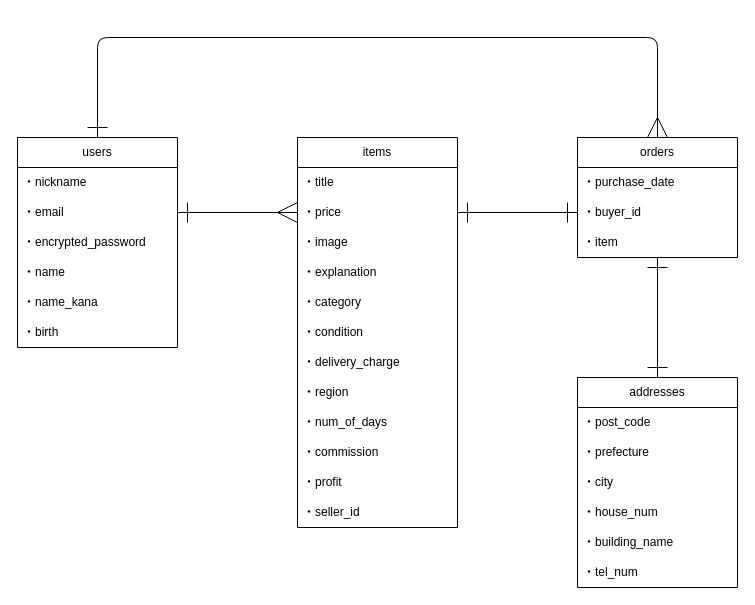
The draw.io diagram .dio in Ayato74/furima-38990, before the edit. Source tidied: cells renumbered, new cells numbered last; positions are measured from the earlier drawing's top-left corner, leaving out a move shared by most shapes. Both pictures are drawn from the tidied source at 100%, with x=0, y=0 at pixel (17, 37).
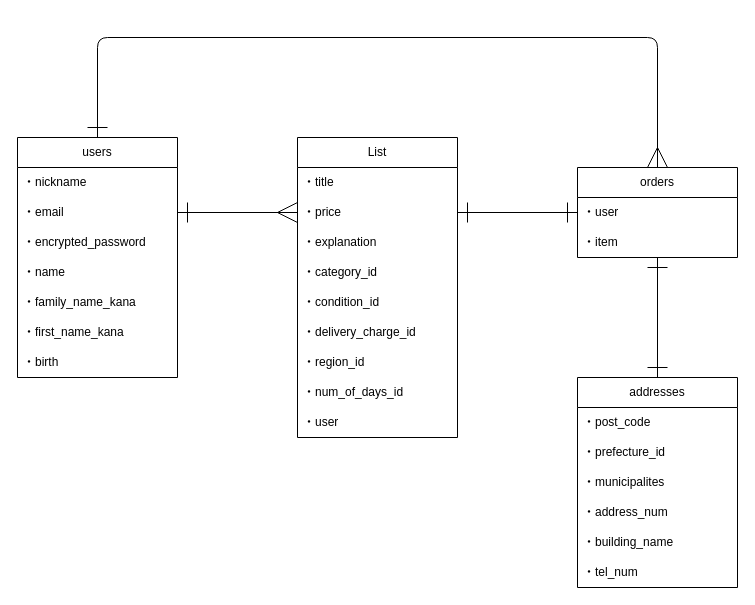
After the change.

Commit message (it also covers changes not shown here):
データベースの設計の修正

The change refers to these unchanged cells:
```xml
<mxCell id="7" value="addresses" style="swimlane;fontStyle=0;horizontal=1;startSize=30;whiteSpace=wrap;html=1;" parent="1" vertex="1">
  <mxGeometry x="560" y="340" width="160" height="210" as="geometry" />
</mxCell>
<mxCell id="30" value="・email" style="text;strokeColor=none;fillColor=none;align=left;verticalAlign=middle;spacingLeft=4;spacingRight=4;overflow=hidden;points=[[0,0.5],[1,0.5]];portConstraint=eastwest;whiteSpace=wrap;html=1;" parent="28" vertex="1">
  <mxGeometry y="60" width="160" height="30" as="geometry" />
</mxCell>
```

Change to the diagram source:
```diff
@@
     <mxCell id="3" value="orders" style="swimlane;fontStyle=0;horizontal=1;startSize=30;whiteSpace=wrap;html=1;" parent="1" vertex="1">
-      <mxGeometry x="560" y="100" width="160" height="120" as="geometry" />
+      <mxGeometry x="560" y="130" width="160" height="90" as="geometry" />
     </mxCell>
-    <mxCell id="4" value="・purchase_date" style="text;strokeColor=none;fillColor=none;align=left;verticalAlign=middle;spacingLeft=4;spacingRight=4;overflow=hidden;whiteSpace=wrap;html=1;" parent="3" vertex="1">
-      <mxGeometry y="30" width="160" height="30" as="geometry" />
-    </mxCell>
-    <mxCell id="5" value="・buyer_id" style="text;strokeColor=none;fillColor=none;align=left;verticalAlign=middle;spacingLeft=4;spacingRight=4;overflow=hidden;points=[[0,0.5],[1,0.5]];portConstraint=eastwest;whiteSpace=wrap;html=1;" parent="3" vertex="1">
-      <mxGeometry y="60" width="160" height="30" as="geometry" />
+    <mxCell id="5" value="・user" style="text;strokeColor=none;fillColor=none;align=left;verticalAlign=middle;spacingLeft=4;spacingRight=4;overflow=hidden;points=[[0,0.5],[1,0.5]];portConstraint=eastwest;whiteSpace=wrap;html=1;" parent="3" vertex="1">
+      <mxGeometry y="30" width="160" height="30" as="geometry" />
     </mxCell>
     <mxCell id="6" value="・item" style="text;strokeColor=none;fillColor=none;align=left;verticalAlign=middle;spacingLeft=4;spacingRight=4;overflow=hidden;whiteSpace=wrap;html=1;" parent="3" vertex="1">
-      <mxGeometry y="90" width="160" height="30" as="geometry" />
+      <mxGeometry y="60" width="160" height="30" as="geometry" />
     </mxCell>
@@
-    <mxCell id="9" value="・prefecture" style="text;strokeColor=none;fillColor=none;align=left;verticalAlign=middle;spacingLeft=4;spacingRight=4;overflow=hidden;whiteSpace=wrap;html=1;" parent="7" vertex="1">
+    <mxCell id="9" value="・prefecture_id" style="text;strokeColor=none;fillColor=none;align=left;verticalAlign=middle;spacingLeft=4;spacingRight=4;overflow=hidden;whiteSpace=wrap;html=1;" parent="7" vertex="1">
       <mxGeometry y="60" width="160" height="30" as="geometry" />
     </mxCell>
-    <mxCell id="10" value="・city" style="text;strokeColor=none;fillColor=none;align=left;verticalAlign=middle;spacingLeft=4;spacingRight=4;overflow=hidden;whiteSpace=wrap;html=1;" parent="7" vertex="1">
+    <mxCell id="10" value="・municipalites" style="text;strokeColor=none;fillColor=none;align=left;verticalAlign=middle;spacingLeft=4;spacingRight=4;overflow=hidden;whiteSpace=wrap;html=1;" parent="7" vertex="1">
       <mxGeometry y="90" width="160" height="30" as="geometry" />
     </mxCell>
-    <mxCell id="11" value="・house_num" style="text;strokeColor=none;fillColor=none;align=left;verticalAlign=middle;spacingLeft=4;spacingRight=4;overflow=hidden;whiteSpace=wrap;html=1;" parent="7" vertex="1">
+    <mxCell id="11" value="・address_num" style="text;strokeColor=none;fillColor=none;align=left;verticalAlign=middle;spacingLeft=4;spacingRight=4;overflow=hidden;whiteSpace=wrap;html=1;" parent="7" vertex="1">
       <mxGeometry y="120" width="160" height="30" as="geometry" />
     </mxCell>
@@
-    <mxCell id="14" value="items" style="swimlane;fontStyle=0;horizontal=1;startSize=30;whiteSpace=wrap;html=1;" parent="1" vertex="1">
-      <mxGeometry x="280" y="100" width="160" height="390" as="geometry" />
-    </mxCell>
-    <mxCell id="15" value="・title" style="text;strokeColor=none;fillColor=none;align=left;verticalAlign=middle;spacingLeft=4;spacingRight=4;overflow=hidden;whiteSpace=wrap;html=1;" parent="14" vertex="1">
-      <mxGeometry y="30" width="160" height="30" as="geometry" />
-    </mxCell>
-    <mxCell id="16" value="・price" style="text;strokeColor=none;fillColor=none;align=left;verticalAlign=middle;spacingLeft=4;spacingRight=4;overflow=hidden;points=[[0,0.5],[1,0.5]];portConstraint=eastwest;whiteSpace=wrap;html=1;" parent="14" vertex="1">
-      <mxGeometry y="60" width="160" height="30" as="geometry" />
-    </mxCell>
-    <mxCell id="17" value="・image" style="text;strokeColor=none;fillColor=none;align=left;verticalAlign=middle;spacingLeft=4;spacingRight=4;overflow=hidden;whiteSpace=wrap;html=1;" parent="14" vertex="1">
-      <mxGeometry y="90" width="160" height="30" as="geometry" />
-    </mxCell>
-    <mxCell id="18" value="・explanation" style="text;strokeColor=none;fillColor=none;align=left;verticalAlign=middle;spacingLeft=4;spacingRight=4;overflow=hidden;whiteSpace=wrap;html=1;" parent="14" vertex="1">
-      <mxGeometry y="120" width="160" height="30" as="geometry" />
-    </mxCell>
-    <mxCell id="19" value="・category" style="text;strokeColor=none;fillColor=none;align=left;verticalAlign=middle;spacingLeft=4;spacingRight=4;overflow=hidden;whiteSpace=wrap;html=1;" parent="14" vertex="1">
-      <mxGeometry y="150" width="160" height="30" as="geometry" />
-    </mxCell>
-    <mxCell id="20" value="・condition" style="text;strokeColor=none;fillColor=none;align=left;verticalAlign=middle;spacingLeft=4;spacingRight=4;overflow=hidden;whiteSpace=wrap;html=1;" parent="14" vertex="1">
-      <mxGeometry y="180" width="160" height="30" as="geometry" />
-    </mxCell>
-    <mxCell id="21" value="・delivery_charge" style="text;strokeColor=none;fillColor=none;align=left;verticalAlign=middle;spacingLeft=4;spacingRight=4;overflow=hidden;whiteSpace=wrap;html=1;" parent="14" vertex="1">
-      <mxGeometry y="210" width="160" height="30" as="geometry" />
-    </mxCell>
-    <mxCell id="22" value="・region" style="text;strokeColor=none;fillColor=none;align=left;verticalAlign=middle;spacingLeft=4;spacingRight=4;overflow=hidden;whiteSpace=wrap;html=1;" parent="14" vertex="1">
-      <mxGeometry y="240" width="160" height="30" as="geometry" />
-    </mxCell>
-    <mxCell id="23" value="・num_of_days" style="text;strokeColor=none;fillColor=none;align=left;verticalAlign=middle;spacingLeft=4;spacingRight=4;overflow=hidden;whiteSpace=wrap;html=1;" parent="14" vertex="1">
-      <mxGeometry y="270" width="160" height="30" as="geometry" />
-    </mxCell>
-    <mxCell id="24" value="・commission" style="text;strokeColor=none;fillColor=none;align=left;verticalAlign=middle;spacingLeft=4;spacingRight=4;overflow=hidden;whiteSpace=wrap;html=1;" parent="14" vertex="1">
-      <mxGeometry y="300" width="160" height="30" as="geometry" />
-    </mxCell>
-    <mxCell id="25" value="・profit" style="text;strokeColor=none;fillColor=none;align=left;verticalAlign=middle;spacingLeft=4;spacingRight=4;overflow=hidden;whiteSpace=wrap;html=1;" parent="14" vertex="1">
-      <mxGeometry y="330" width="160" height="30" as="geometry" />
-    </mxCell>
-    <mxCell id="26" value="・seller_id" style="text;strokeColor=none;fillColor=none;align=left;verticalAlign=middle;spacingLeft=4;spacingRight=4;overflow=hidden;whiteSpace=wrap;html=1;" parent="14" vertex="1">
-      <mxGeometry y="360" width="160" height="30" as="geometry" />
-    </mxCell>
@@
     <mxCell id="28" value="users" style="swimlane;fontStyle=0;horizontal=1;startSize=30;whiteSpace=wrap;html=1;" parent="1" vertex="1">
-      <mxGeometry y="100" width="160" height="210" as="geometry" />
+      <mxGeometry y="100" width="160" height="240" as="geometry" />
     </mxCell>
@@
+    <mxCell id="37" value="・family_name_kana" style="text;strokeColor=none;fillColor=none;align=left;verticalAlign=middle;spacingLeft=4;spacingRight=4;overflow=hidden;whiteSpace=wrap;html=1;" parent="28" vertex="1">
+      <mxGeometry y="150" width="160" height="30" as="geometry" />
+    </mxCell>
-    <mxCell id="33" value="・name_kana" style="text;strokeColor=none;fillColor=none;align=left;verticalAlign=middle;spacingLeft=4;spacingRight=4;overflow=hidden;whiteSpace=wrap;html=1;" parent="28" vertex="1">
-      <mxGeometry y="150" width="160" height="30" as="geometry" />
+    <mxCell id="33" value="・first_name_kana" style="text;strokeColor=none;fillColor=none;align=left;verticalAlign=middle;spacingLeft=4;spacingRight=4;overflow=hidden;whiteSpace=wrap;html=1;" parent="28" vertex="1">
+      <mxGeometry y="180" width="160" height="30" as="geometry" />
     </mxCell>
     <mxCell id="34" value="・birth" style="text;strokeColor=none;fillColor=none;align=left;verticalAlign=middle;spacingLeft=4;spacingRight=4;overflow=hidden;whiteSpace=wrap;html=1;" parent="28" vertex="1">
-      <mxGeometry y="180" width="160" height="30" as="geometry" />
+      <mxGeometry y="210" width="160" height="30" as="geometry" />
     </mxCell>
-    <mxCell id="35" style="edgeStyle=none;html=1;entryX=0;entryY=0.5;entryDx=0;entryDy=0;startArrow=ERone;startFill=0;endArrow=ERmany;endFill=0;startSize=18;endSize=18;" parent="1" edge="1" source="30" target="16">
-      <mxGeometry relative="1" as="geometry" />
+    <mxCell id="35" style="edgeStyle=none;html=1;entryX=0;entryY=0.5;entryDx=0;entryDy=0;startArrow=ERone;startFill=0;endArrow=ERmany;endFill=0;startSize=18;endSize=18;" parent="1" edge="1" source="30">
+      <mxGeometry relative="1" as="geometry">
+        <mxPoint x="280" y="175" as="targetPoint" />
+      </mxGeometry>
     </mxCell>
-    <mxCell id="36" style="edgeStyle=none;html=1;exitX=1;exitY=0.5;exitDx=0;exitDy=0;entryX=0;entryY=0.5;entryDx=0;entryDy=0;startArrow=ERone;startFill=0;endArrow=ERone;endFill=0;startSize=18;endSize=18;" parent="1" edge="1" source="16" target="5">
-      <mxGeometry relative="1" as="geometry" />
+    <mxCell id="36" style="edgeStyle=none;html=1;exitX=1;exitY=0.5;exitDx=0;exitDy=0;entryX=0;entryY=0.5;entryDx=0;entryDy=0;startArrow=ERone;startFill=0;endArrow=ERone;endFill=0;startSize=18;endSize=18;" parent="1" edge="1" target="5">
+      <mxGeometry relative="1" as="geometry">
+        <mxPoint x="440" y="175" as="sourcePoint" />
+      </mxGeometry>
     </mxCell>
+    <mxCell id="38" value="List" style="swimlane;fontStyle=0;horizontal=1;startSize=30;whiteSpace=wrap;html=1;" parent="1" vertex="1">
+      <mxGeometry x="280" y="100" width="160" height="300" as="geometry" />
+    </mxCell>
+    <mxCell id="15" value="・title" style="text;strokeColor=none;fillColor=none;align=left;verticalAlign=middle;spacingLeft=4;spacingRight=4;overflow=hidden;whiteSpace=wrap;html=1;" parent="38" vertex="1">
+      <mxGeometry y="30" width="160" height="30" as="geometry" />
+    </mxCell>
+    <mxCell id="16" value="・price" style="text;strokeColor=none;fillColor=none;align=left;verticalAlign=middle;spacingLeft=4;spacingRight=4;overflow=hidden;points=[[0,0.5],[1,0.5]];portConstraint=eastwest;whiteSpace=wrap;html=1;" parent="38" vertex="1">
+      <mxGeometry y="60" width="160" height="30" as="geometry" />
+    </mxCell>
+    <mxCell id="18" value="・explanation" style="text;strokeColor=none;fillColor=none;align=left;verticalAlign=middle;spacingLeft=4;spacingRight=4;overflow=hidden;whiteSpace=wrap;html=1;" parent="38" vertex="1">
+      <mxGeometry y="90" width="160" height="30" as="geometry" />
+    </mxCell>
+    <mxCell id="39" value="・category_id" style="text;strokeColor=none;fillColor=none;align=left;verticalAlign=middle;spacingLeft=4;spacingRight=4;overflow=hidden;whiteSpace=wrap;html=1;" parent="38" vertex="1">
+      <mxGeometry y="120" width="160" height="30" as="geometry" />
+    </mxCell>
+    <mxCell id="40" value="・condition_id" style="text;strokeColor=none;fillColor=none;align=left;verticalAlign=middle;spacingLeft=4;spacingRight=4;overflow=hidden;whiteSpace=wrap;html=1;" parent="38" vertex="1">
+      <mxGeometry y="150" width="160" height="30" as="geometry" />
+    </mxCell>
+    <mxCell id="41" value="・delivery_charge_id" style="text;strokeColor=none;fillColor=none;align=left;verticalAlign=middle;spacingLeft=4;spacingRight=4;overflow=hidden;whiteSpace=wrap;html=1;" parent="38" vertex="1">
+      <mxGeometry y="180" width="160" height="30" as="geometry" />
+    </mxCell>
+    <mxCell id="42" value="・region_id" style="text;strokeColor=none;fillColor=none;align=left;verticalAlign=middle;spacingLeft=4;spacingRight=4;overflow=hidden;whiteSpace=wrap;html=1;" parent="38" vertex="1">
+      <mxGeometry y="210" width="160" height="30" as="geometry" />
+    </mxCell>
+    <mxCell id="43" value="・num_of_days_id" style="text;strokeColor=none;fillColor=none;align=left;verticalAlign=middle;spacingLeft=4;spacingRight=4;overflow=hidden;whiteSpace=wrap;html=1;" parent="38" vertex="1">
+      <mxGeometry y="240" width="160" height="30" as="geometry" />
+    </mxCell>
+    <mxCell id="44" value="・user" style="text;strokeColor=none;fillColor=none;align=left;verticalAlign=middle;spacingLeft=4;spacingRight=4;overflow=hidden;whiteSpace=wrap;html=1;" parent="38" vertex="1">
+      <mxGeometry y="270" width="160" height="30" as="geometry" />
+    </mxCell>
```
